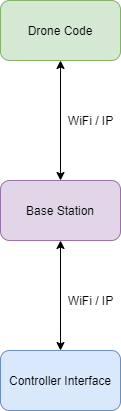
The draw.io diagram wiki_assets/Architecture-High Level.png in mcelhennyi/NXP-HoverGames-2, before a commit. Source tidied: cells renumbered, new cells last; positions are measured from the earlier drawing's top-left corner, leaving out a move shared by most shapes.
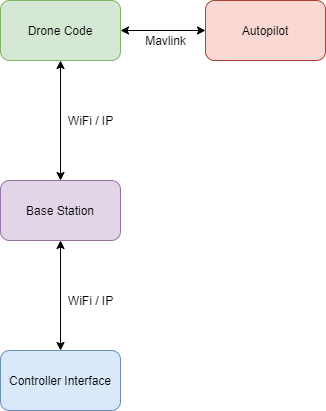
Above is the later version.

Commit message:
added drone autopilot to highlevel

Diff of the diagram source:
```diff
@@ -5,6 +5,9 @@
     <mxCell id="2" style="edgeStyle=orthogonalEdgeStyle;rounded=0;jettySize=auto;html=1;exitX=0.5;exitY=1;exitDx=0;exitDy=0;entryX=0.5;entryY=0;entryDx=0;entryDy=0;startArrow=classic;startFill=1;" parent="1" edge="1" source="3" target="4">
       <mxGeometry relative="1" as="geometry" />
     </mxCell>
+    <mxCell id="9" style="edgeStyle=orthogonalEdgeStyle;rounded=0;jettySize=auto;html=1;exitX=1;exitY=0.5;exitDx=0;exitDy=0;entryX=0;entryY=0.5;entryDx=0;entryDy=0;startArrow=classic;startFill=1;" parent="1" edge="1" source="3" target="10">
+      <mxGeometry relative="1" as="geometry" />
+    </mxCell>
     <mxCell id="3" value="Drone Code" style="rounded=1;whiteSpace=wrap;html=1;fillColor=#d5e8d4;strokeColor=#82b366;" parent="1" vertex="1">
       <mxGeometry width="120" height="60" as="geometry" />
     </mxCell>
@@ -23,5 +26,11 @@
     <mxCell id="8" value="WiFi / IP" style="text;html=1;align=center;verticalAlign=middle;" parent="1" vertex="1">
       <mxGeometry x="60" y="110" width="60" height="20" as="geometry" />
     </mxCell>
+    <mxCell id="10" value="Autopilot" style="rounded=1;whiteSpace=wrap;html=1;fillColor=#fad9d5;strokeColor=#ae4132;" parent="1" vertex="1">
+      <mxGeometry x="205" width="120" height="60" as="geometry" />
+    </mxCell>
+    <mxCell id="11" value="Mavlink" style="text;html=1;align=center;verticalAlign=middle;" parent="1" vertex="1">
+      <mxGeometry x="135" y="30" width="60" height="20" as="geometry" />
+    </mxCell>
   </root>
 </mxGraphModel>
```
